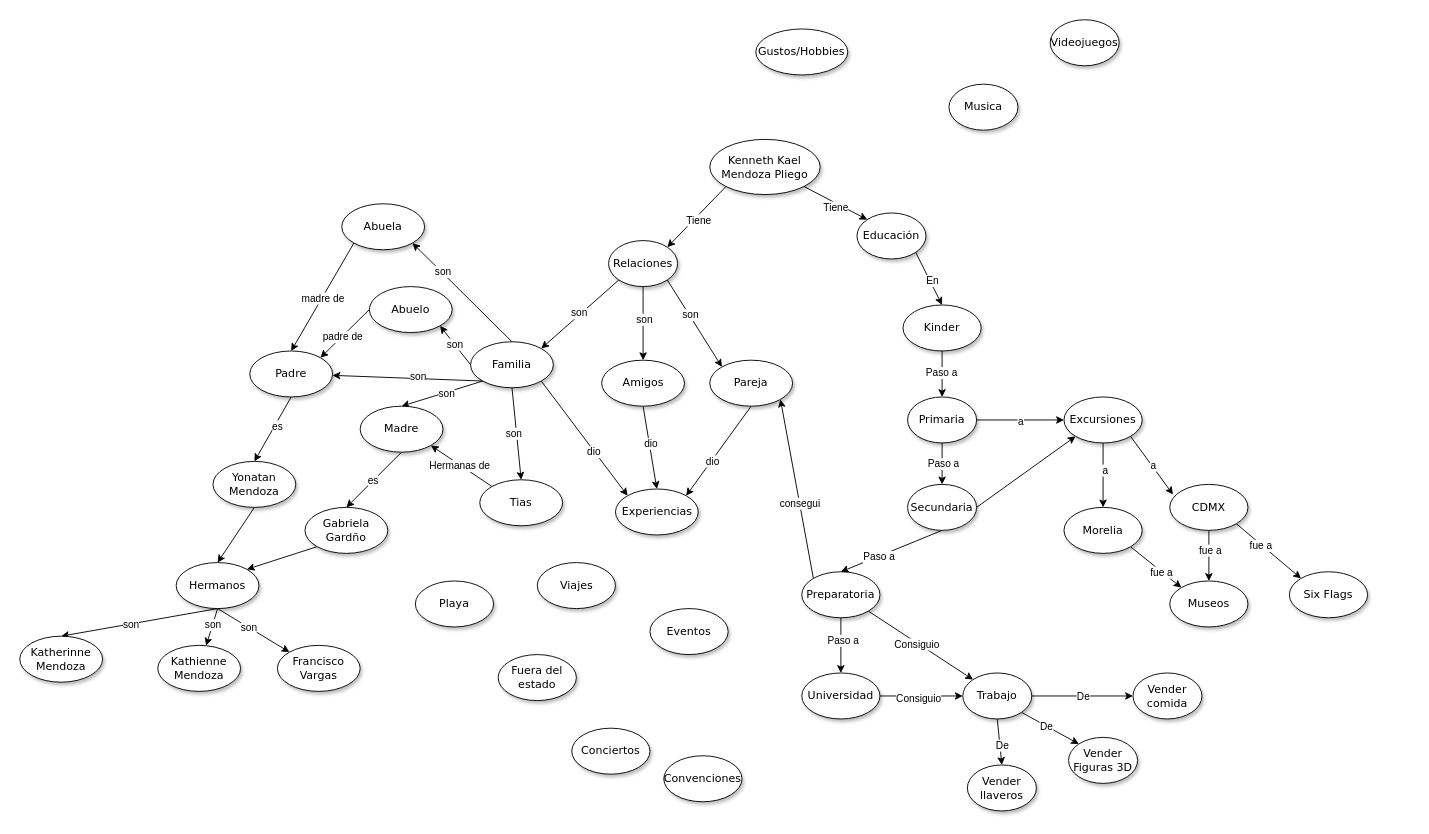
Above: Diagrama sin título.drawio in Rarity03/docs (draw.io), before the change. Source tidied: cells renumbered, new cells numbered last; positions are measured from the earlier drawing's top-left corner, leaving out a move shared by most shapes. Both pictures are drawn from the tidied source at 92%, with x=0, y=0 at pixel (19, 19).
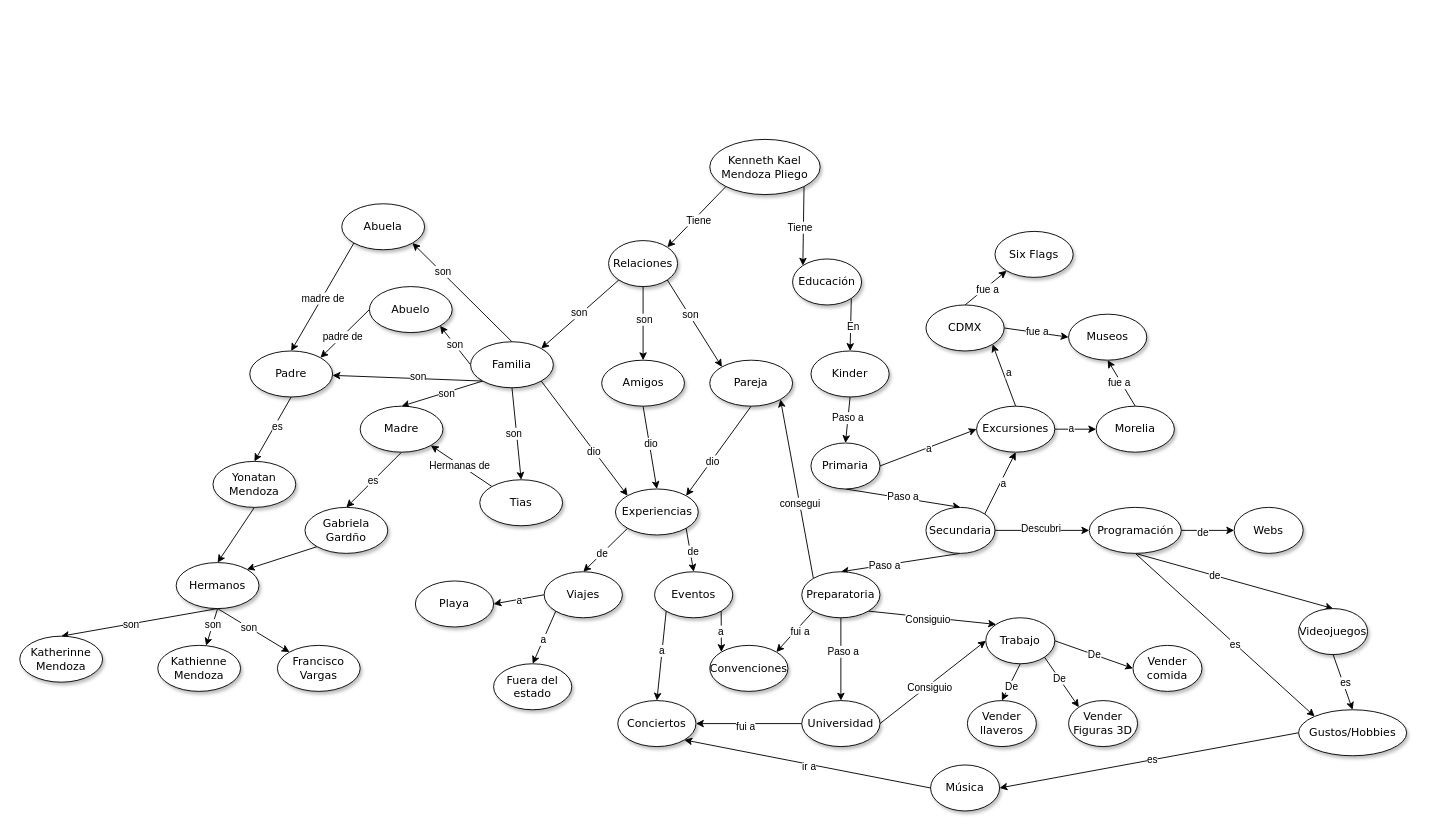
Above is the later version.

Unchanged cells that the change refers to:
```xml
<mxCell id="17" value="&lt;span&gt;Experiencias&lt;br&gt;&lt;/span&gt;" style="ellipse;whiteSpace=wrap;html=1;rounded=0;shadow=1;comic=0;labelBackgroundColor=none;strokeWidth=1;fontFamily=Verdana;fontSize=12;align=center;" parent="1" vertex="1">
  <mxGeometry x="647.5" y="510" width="90" height="50" as="geometry" />
</mxCell>
<mxCell id="53" value="&lt;span&gt;Preparatoria&lt;/span&gt;" style="ellipse;whiteSpace=wrap;html=1;rounded=0;shadow=1;comic=0;labelBackgroundColor=none;strokeWidth=1;fontFamily=Verdana;fontSize=12;align=center;" parent="1" vertex="1">
  <mxGeometry x="850" y="600" width="85" height="50" as="geometry" />
</mxCell>
<mxCell id="102" value="&lt;span&gt;Playa&lt;/span&gt;" style="ellipse;whiteSpace=wrap;html=1;rounded=0;shadow=1;comic=0;labelBackgroundColor=none;strokeWidth=1;fontFamily=Verdana;fontSize=12;align=center;" parent="1" vertex="1">
  <mxGeometry x="430" y="610" width="85" height="50" as="geometry" />
</mxCell>
```

Change to the diagram source:
```diff
@@
     <mxCell id="9" value="&lt;span&gt;Educación&lt;/span&gt;" style="ellipse;whiteSpace=wrap;html=1;rounded=0;shadow=1;comic=0;labelBackgroundColor=none;strokeWidth=1;fontFamily=Verdana;fontSize=12;align=center;" parent="1" vertex="1">
-      <mxGeometry x="910" y="210" width="75" height="50" as="geometry" />
+      <mxGeometry x="840" y="260" width="75" height="50" as="geometry" />
     </mxCell>
@@
+    <mxCell id="122" style="rounded=0;jettySize=auto;html=1;exitX=0;exitY=1;exitDx=0;exitDy=0;entryX=0.5;entryY=0;entryDx=0;entryDy=0;" parent="1" edge="1" source="17" target="101">
+      <mxGeometry relative="1" as="geometry" />
+    </mxCell>
+    <mxCell id="123" value="de" style="edgeLabel;html=1;align=center;verticalAlign=middle;" parent="122" vertex="1">
+      <mxGeometry x="0.15" y="-1" relative="1" as="geometry" />
+    </mxCell>
+    <mxCell id="124" style="rounded=0;jettySize=auto;html=1;exitX=1;exitY=1;exitDx=0;exitDy=0;entryX=0.5;entryY=0;entryDx=0;entryDy=0;" parent="1" edge="1" source="17" target="119">
+      <mxGeometry relative="1" as="geometry" />
+    </mxCell>
+    <mxCell id="125" value="de" style="edgeLabel;html=1;align=center;verticalAlign=middle;" parent="124" vertex="1">
+      <mxGeometry x="0.08" y="3" relative="1" as="geometry" />
+    </mxCell>
@@
-    <mxCell id="18" value="&lt;span&gt;Gustos/Hobbies&lt;br&gt;&lt;/span&gt;" style="ellipse;whiteSpace=wrap;html=1;rounded=0;shadow=1;comic=0;labelBackgroundColor=none;strokeWidth=1;fontFamily=Verdana;fontSize=12;align=center;" parent="1" vertex="1">
-      <mxGeometry x="800" y="10" width="100" height="50" as="geometry" />
-    </mxCell>
@@
     <mxCell id="42" value="&lt;span&gt;Primaria&lt;/span&gt;" style="ellipse;whiteSpace=wrap;html=1;rounded=0;shadow=1;comic=0;labelBackgroundColor=none;strokeWidth=1;fontFamily=Verdana;fontSize=12;align=center;" parent="1" vertex="1">
-      <mxGeometry x="965" y="410" width="75" height="50" as="geometry" />
+      <mxGeometry x="860" y="460" width="75" height="50" as="geometry" />
     </mxCell>
@@
-    <mxCell id="45" style="rounded=0;jettySize=auto;html=1;exitX=1;exitY=0.5;exitDx=0;exitDy=0;entryX=0;entryY=1;entryDx=0;entryDy=0;" parent="1" edge="1" source="46" target="105">
+    <mxCell id="45" style="rounded=0;jettySize=auto;html=1;exitX=1;exitY=0;exitDx=0;exitDy=0;entryX=0.5;entryY=1;entryDx=0;entryDy=0;" parent="1" edge="1" source="46" target="105">
       <mxGeometry relative="1" as="geometry" />
     </mxCell>
+    <mxCell id="126" value="a" style="edgeLabel;html=1;align=center;verticalAlign=middle;" parent="45" vertex="1">
+      <mxGeometry x="0.03" y="-3" relative="1" as="geometry" />
+    </mxCell>
+    <mxCell id="127" style="rounded=0;jettySize=auto;html=1;exitX=1;exitY=0.5;exitDx=0;exitDy=0;entryX=0;entryY=0.5;entryDx=0;entryDy=0;" parent="1" edge="1" source="46" target="152">
+      <mxGeometry relative="1" as="geometry" />
+    </mxCell>
+    <mxCell id="128" value="Descubri" style="edgeLabel;html=1;align=center;verticalAlign=middle;" parent="127" vertex="1">
+      <mxGeometry x="-0.04" y="3" relative="1" as="geometry" />
+    </mxCell>
     <mxCell id="46" value="&lt;span&gt;Secundaria&lt;/span&gt;" style="ellipse;whiteSpace=wrap;html=1;rounded=0;shadow=1;comic=0;labelBackgroundColor=none;strokeWidth=1;fontFamily=Verdana;fontSize=12;align=center;" parent="1" vertex="1">
-      <mxGeometry x="965" y="505" width="75" height="50" as="geometry" />
+      <mxGeometry x="985" y="530" width="75" height="50" as="geometry" />
     </mxCell>
@@
+    <mxCell id="129" style="rounded=0;jettySize=auto;html=1;exitX=0;exitY=1;exitDx=0;exitDy=0;entryX=1;entryY=0;entryDx=0;entryDy=0;" parent="1" edge="1" source="53" target="121">
+      <mxGeometry relative="1" as="geometry" />
+    </mxCell>
+    <mxCell id="130" value="fui a" style="edgeLabel;html=1;align=center;verticalAlign=middle;" parent="129" vertex="1">
+      <mxGeometry x="-0.13" y="3" relative="1" as="geometry" />
+    </mxCell>
@@
+    <mxCell id="131" style="rounded=0;jettySize=auto;html=1;exitX=0;exitY=0.5;exitDx=0;exitDy=0;entryX=1;entryY=0.5;entryDx=0;entryDy=0;" parent="1" edge="1" source="56" target="120">
+      <mxGeometry relative="1" as="geometry" />
+    </mxCell>
+    <mxCell id="132" value="fui a" style="edgeLabel;html=1;align=center;verticalAlign=middle;" parent="131" vertex="1">
+      <mxGeometry x="0.07" y="3" relative="1" as="geometry" />
+    </mxCell>
     <mxCell id="56" value="&lt;span&gt;Universidad&lt;/span&gt;" style="ellipse;whiteSpace=wrap;html=1;rounded=0;shadow=1;comic=0;labelBackgroundColor=none;strokeWidth=1;fontFamily=Verdana;fontSize=12;align=center;" parent="1" vertex="1">
-      <mxGeometry x="850" y="710" width="85" height="50" as="geometry" />
+      <mxGeometry x="850" y="740" width="85" height="50" as="geometry" />
     </mxCell>
@@
     <mxCell id="59" value="&lt;span&gt;Kinder&lt;br&gt;&lt;/span&gt;" style="ellipse;whiteSpace=wrap;html=1;rounded=0;shadow=1;comic=0;labelBackgroundColor=none;strokeWidth=1;fontFamily=Verdana;fontSize=12;align=center;" parent="1" vertex="1">
-      <mxGeometry x="960" y="310" width="85" height="50" as="geometry" />
+      <mxGeometry x="860" y="360" width="85" height="50" as="geometry" />
     </mxCell>
-    <mxCell id="60" value="Videojuegos" style="ellipse;whiteSpace=wrap;html=1;rounded=0;shadow=1;comic=0;labelBackgroundColor=none;strokeWidth=1;fontFamily=Verdana;fontSize=12;align=center;" parent="1" vertex="1">
-      <mxGeometry x="1120" width="75" height="50" as="geometry" />
-    </mxCell>
-    <mxCell id="61" value="Musica" style="ellipse;whiteSpace=wrap;html=1;rounded=0;shadow=1;comic=0;labelBackgroundColor=none;strokeWidth=1;fontFamily=Verdana;fontSize=12;align=center;" parent="1" vertex="1">
-      <mxGeometry x="1010" y="70" width="75" height="50" as="geometry" />
-    </mxCell>
@@
     <mxCell id="97" value="Trabajo" style="ellipse;whiteSpace=wrap;html=1;rounded=0;shadow=1;comic=0;labelBackgroundColor=none;strokeWidth=1;fontFamily=Verdana;fontSize=12;align=center;" parent="1" vertex="1">
-      <mxGeometry x="1025" y="710" width="75" height="50" as="geometry" />
+      <mxGeometry x="1050" y="650" width="75" height="50" as="geometry" />
     </mxCell>
     <mxCell id="98" value="Vender comida" style="ellipse;whiteSpace=wrap;html=1;rounded=0;shadow=1;comic=0;labelBackgroundColor=none;strokeWidth=1;fontFamily=Verdana;fontSize=12;align=center;" parent="1" vertex="1">
-      <mxGeometry x="1210" y="710" width="75" height="50" as="geometry" />
+      <mxGeometry x="1210" y="680" width="75" height="50" as="geometry" />
     </mxCell>
     <mxCell id="99" value="Vender Figuras 3D" style="ellipse;whiteSpace=wrap;html=1;rounded=0;shadow=1;comic=0;labelBackgroundColor=none;strokeWidth=1;fontFamily=Verdana;fontSize=12;align=center;" parent="1" vertex="1">
-      <mxGeometry x="1140" y="780" width="75" height="50" as="geometry" />
+      <mxGeometry x="1140" y="740" width="75" height="50" as="geometry" />
     </mxCell>
     <mxCell id="100" value="Vender llaveros" style="ellipse;whiteSpace=wrap;html=1;rounded=0;shadow=1;comic=0;labelBackgroundColor=none;strokeWidth=1;fontFamily=Verdana;fontSize=12;align=center;" parent="1" vertex="1">
-      <mxGeometry x="1030" y="810" width="75" height="50" as="geometry" />
+      <mxGeometry x="1030" y="740" width="75" height="50" as="geometry" />
     </mxCell>
+    <mxCell id="133" style="rounded=0;jettySize=auto;html=1;exitX=0;exitY=1;exitDx=0;exitDy=0;entryX=0.5;entryY=0;entryDx=0;entryDy=0;" parent="1" edge="1" source="101" target="118">
+      <mxGeometry relative="1" as="geometry" />
+    </mxCell>
+    <mxCell id="134" value="a" style="edgeLabel;html=1;align=center;verticalAlign=middle;" parent="133" vertex="1">
+      <mxGeometry x="0.1" y="-1" relative="1" as="geometry" />
+    </mxCell>
+    <mxCell id="135" style="rounded=0;jettySize=auto;html=1;exitX=0;exitY=0.5;exitDx=0;exitDy=0;entryX=1;entryY=0.5;entryDx=0;entryDy=0;" parent="1" edge="1" source="101" target="102">
+      <mxGeometry relative="1" as="geometry" />
+    </mxCell>
+    <mxCell id="136" value="a" style="edgeLabel;html=1;align=center;verticalAlign=middle;" parent="135" vertex="1">
+      <mxGeometry y="2" relative="1" as="geometry" />
+    </mxCell>
     <mxCell id="101" value="&lt;span&gt;Viajes&lt;/span&gt;" style="ellipse;whiteSpace=wrap;html=1;rounded=0;shadow=1;comic=0;labelBackgroundColor=none;strokeWidth=1;fontFamily=Verdana;fontSize=12;align=center;" parent="1" vertex="1">
-      <mxGeometry x="562.5" y="590" width="85" height="50" as="geometry" />
+      <mxGeometry x="570" y="600" width="85" height="50" as="geometry" />
     </mxCell>
@@
+    <mxCell id="116" style="rounded=0;jettySize=auto;html=1;exitX=0.5;exitY=0;exitDx=0;exitDy=0;entryX=1;entryY=1;entryDx=0;entryDy=0;" parent="1" edge="1" source="105" target="113">
+      <mxGeometry relative="1" as="geometry" />
+    </mxCell>
+    <mxCell id="137" value="a" style="edgeLabel;html=1;align=center;verticalAlign=middle;" parent="116" vertex="1">
+      <mxGeometry x="0.02" y="-5" relative="1" as="geometry" />
+    </mxCell>
-    <mxCell id="103" style="rounded=0;jettySize=auto;html=1;exitX=0.5;exitY=1;exitDx=0;exitDy=0;entryX=0.5;entryY=0;entryDx=0;entryDy=0;" parent="1" edge="1" source="105" target="108">
+    <mxCell id="103" style="edgeStyle=orthogonalEdgeStyle;rounded=0;jettySize=auto;html=1;exitX=1;exitY=0.5;exitDx=0;exitDy=0;entryX=0;entryY=0.5;entryDx=0;entryDy=0;" parent="1" edge="1" source="105" target="108">
       <mxGeometry relative="1" as="geometry" />
     </mxCell>
-    <mxCell id="104" value="a" style="edgeLabel;html=1;align=center;verticalAlign=middle;" parent="103" vertex="1">
-      <mxGeometry x="-0.16" y="2" relative="1" as="geometry" />
-    </mxCell>
+    <mxCell id="138" value="a" style="edgeLabel;html=1;align=center;verticalAlign=middle;" parent="103" vertex="1">
+      <mxGeometry x="-0.24" y="1" relative="1" as="geometry" />
+    </mxCell>
     <mxCell id="105" value="&lt;span&gt;Excursiones&lt;/span&gt;" style="ellipse;whiteSpace=wrap;html=1;rounded=0;shadow=1;comic=0;labelBackgroundColor=none;strokeWidth=1;fontFamily=Verdana;fontSize=12;align=center;" parent="1" vertex="1">
-      <mxGeometry x="1135" y="410" width="85" height="50" as="geometry" />
+      <mxGeometry x="1040" y="420" width="85" height="50" as="geometry" />
     </mxCell>
-    <mxCell id="106" style="rounded=0;jettySize=auto;html=1;exitX=1;exitY=1;exitDx=0;exitDy=0;entryX=0;entryY=0;entryDx=0;entryDy=0;" parent="1" edge="1" source="108" target="114">
+    <mxCell id="106" style="rounded=0;jettySize=auto;html=1;exitX=0.5;exitY=0;exitDx=0;exitDy=0;entryX=0.5;entryY=1;entryDx=0;entryDy=0;" parent="1" edge="1" source="108" target="114">
       <mxGeometry relative="1" as="geometry" />
     </mxCell>
-    <mxCell id="107" value="fue a" style="edgeLabel;html=1;align=center;verticalAlign=middle;" parent="106" vertex="1">
-      <mxGeometry x="0.21" y="-1" relative="1" as="geometry" />
-    </mxCell>
+    <mxCell id="139" value="fue a" style="edgeLabel;html=1;align=center;verticalAlign=middle;" parent="106" vertex="1">
+      <mxGeometry x="0.4" y="-4" relative="1" as="geometry">
+        <mxPoint y="12" as="offset" />
+      </mxGeometry>
+    </mxCell>
     <mxCell id="108" value="&lt;span&gt;Morelia&lt;/span&gt;" style="ellipse;whiteSpace=wrap;html=1;rounded=0;shadow=1;comic=0;labelBackgroundColor=none;strokeWidth=1;fontFamily=Verdana;fontSize=12;align=center;" parent="1" vertex="1">
-      <mxGeometry x="1135" y="530" width="85" height="50" as="geometry" />
+      <mxGeometry x="1170" y="420" width="85" height="50" as="geometry" />
     </mxCell>
+    <mxCell id="111" style="rounded=0;jettySize=auto;html=1;exitX=0.5;exitY=0;exitDx=0;exitDy=0;entryX=0;entryY=1;entryDx=0;entryDy=0;" parent="1" edge="1" source="113" target="115">
+      <mxGeometry relative="1" as="geometry" />
+    </mxCell>
+    <mxCell id="140" value="fue a" style="edgeLabel;html=1;align=center;verticalAlign=middle;" parent="111" vertex="1">
+      <mxGeometry x="0.04" y="-2" relative="1" as="geometry" />
+    </mxCell>
-    <mxCell id="109" style="rounded=0;jettySize=auto;html=1;exitX=0.5;exitY=1;exitDx=0;exitDy=0;entryX=0.5;entryY=0;entryDx=0;entryDy=0;" parent="1" edge="1" source="113" target="114">
+    <mxCell id="109" style="rounded=0;jettySize=auto;html=1;exitX=1;exitY=0.5;exitDx=0;exitDy=0;entryX=0;entryY=0.5;entryDx=0;entryDy=0;" parent="1" edge="1" source="113" target="114">
       <mxGeometry relative="1" as="geometry" />
     </mxCell>
-    <mxCell id="110" value="fue a" style="edgeLabel;html=1;align=center;verticalAlign=middle;" parent="109" vertex="1">
-      <mxGeometry x="-0.24" y="1" relative="1" as="geometry" />
-    </mxCell>
-    <mxCell id="111" style="rounded=0;jettySize=auto;html=1;exitX=1;exitY=1;exitDx=0;exitDy=0;entryX=0;entryY=0;entryDx=0;entryDy=0;" parent="1" edge="1" source="113" target="115">
-      <mxGeometry relative="1" as="geometry" />
-    </mxCell>
-    <mxCell id="112" value="fue a" style="edgeLabel;html=1;align=center;verticalAlign=middle;" parent="111" vertex="1">
-      <mxGeometry x="-0.24" y="-1" relative="1" as="geometry" />
-    </mxCell>
+    <mxCell id="141" value="fue a" style="edgeLabel;html=1;align=center;verticalAlign=middle;" parent="109" vertex="1">
+      <mxGeometry x="0.03" y="2" relative="1" as="geometry" />
+    </mxCell>
     <mxCell id="113" value="&lt;span&gt;CDMX&lt;/span&gt;" style="ellipse;whiteSpace=wrap;html=1;rounded=0;shadow=1;comic=0;labelBackgroundColor=none;strokeWidth=1;fontFamily=Verdana;fontSize=12;align=center;" parent="1" vertex="1">
-      <mxGeometry x="1250" y="505" width="85" height="50" as="geometry" />
+      <mxGeometry x="985" y="310" width="85" height="50" as="geometry" />
     </mxCell>
     <mxCell id="114" value="&lt;span&gt;Museos&lt;/span&gt;" style="ellipse;whiteSpace=wrap;html=1;rounded=0;shadow=1;comic=0;labelBackgroundColor=none;strokeWidth=1;fontFamily=Verdana;fontSize=12;align=center;" parent="1" vertex="1">
-      <mxGeometry x="1250" y="610" width="85" height="50" as="geometry" />
+      <mxGeometry x="1140" y="320" width="85" height="50" as="geometry" />
     </mxCell>
     <mxCell id="115" value="&lt;span&gt;Six Flags&lt;/span&gt;" style="ellipse;whiteSpace=wrap;html=1;rounded=0;shadow=1;comic=0;labelBackgroundColor=none;strokeWidth=1;fontFamily=Verdana;fontSize=12;align=center;" parent="1" vertex="1">
-      <mxGeometry x="1380" y="600" width="85" height="50" as="geometry" />
+      <mxGeometry x="1060" y="230" width="85" height="50" as="geometry" />
     </mxCell>
-    <mxCell id="116" style="rounded=0;jettySize=auto;html=1;exitX=1;exitY=1;exitDx=0;exitDy=0;entryX=0.041;entryY=0.22;entryDx=0;entryDy=0;entryPerimeter=0;" parent="1" edge="1" source="105" target="113">
-      <mxGeometry relative="1" as="geometry" />
-    </mxCell>
-    <mxCell id="117" value="a" style="edgeLabel;html=1;align=center;verticalAlign=middle;" parent="116" vertex="1">
-      <mxGeometry x="0.03" y="1" relative="1" as="geometry" />
-    </mxCell>
     <mxCell id="118" value="&lt;span&gt;Fuera del estado&lt;/span&gt;" style="ellipse;whiteSpace=wrap;html=1;rounded=0;shadow=1;comic=0;labelBackgroundColor=none;strokeWidth=1;fontFamily=Verdana;fontSize=12;align=center;" parent="1" vertex="1">
-      <mxGeometry x="520" y="690" width="85" height="50" as="geometry" />
+      <mxGeometry x="515" y="700" width="85" height="50" as="geometry" />
     </mxCell>
+    <mxCell id="142" style="rounded=0;jettySize=auto;html=1;exitX=1;exitY=1;exitDx=0;exitDy=0;entryX=0;entryY=0;entryDx=0;entryDy=0;" parent="1" edge="1" source="119" target="121">
+      <mxGeometry relative="1" as="geometry" />
+    </mxCell>
+    <mxCell id="143" value="a" style="edgeLabel;html=1;align=center;verticalAlign=middle;" parent="142" vertex="1">
+      <mxGeometry y="-1" relative="1" as="geometry" />
+    </mxCell>
+    <mxCell id="144" style="rounded=0;jettySize=auto;html=1;exitX=0;exitY=1;exitDx=0;exitDy=0;entryX=0.5;entryY=0;entryDx=0;entryDy=0;" parent="1" edge="1" source="119" target="120">
+      <mxGeometry relative="1" as="geometry" />
+    </mxCell>
+    <mxCell id="145" value="a" style="edgeLabel;html=1;align=center;verticalAlign=middle;" parent="144" vertex="1">
+      <mxGeometry x="-0.11" y="-1" relative="1" as="geometry" />
+    </mxCell>
     <mxCell id="119" value="&lt;span&gt;Eventos&lt;/span&gt;" style="ellipse;whiteSpace=wrap;html=1;rounded=0;shadow=1;comic=0;labelBackgroundColor=none;strokeWidth=1;fontFamily=Verdana;fontSize=12;align=center;" parent="1" vertex="1">
-      <mxGeometry x="685" y="640" width="85" height="50" as="geometry" />
+      <mxGeometry x="690" y="600" width="85" height="50" as="geometry" />
     </mxCell>
     <mxCell id="120" value="Conciertos" style="ellipse;whiteSpace=wrap;html=1;rounded=0;shadow=1;comic=0;labelBackgroundColor=none;strokeWidth=1;fontFamily=Verdana;fontSize=12;align=center;" parent="1" vertex="1">
-      <mxGeometry x="600" y="770" width="85" height="50" as="geometry" />
+      <mxGeometry x="650" y="740" width="85" height="50" as="geometry" />
     </mxCell>
     <mxCell id="121" value="Convenciones" style="ellipse;whiteSpace=wrap;html=1;rounded=0;shadow=1;comic=0;labelBackgroundColor=none;strokeWidth=1;fontFamily=Verdana;fontSize=12;align=center;" parent="1" vertex="1">
-      <mxGeometry x="700" y="800" width="85" height="50" as="geometry" />
+      <mxGeometry x="750" y="680" width="85" height="50" as="geometry" />
     </mxCell>
+    <mxCell id="146" style="rounded=0;jettySize=auto;html=1;exitX=0.5;exitY=1;exitDx=0;exitDy=0;entryX=0.5;entryY=0;entryDx=0;entryDy=0;" parent="1" edge="1" source="152" target="60">
+      <mxGeometry relative="1" as="geometry" />
+    </mxCell>
+    <mxCell id="147" value="de" style="edgeLabel;html=1;align=center;verticalAlign=middle;" parent="146" vertex="1">
+      <mxGeometry x="-0.2" relative="1" as="geometry" />
+    </mxCell>
+    <mxCell id="148" style="edgeStyle=orthogonalEdgeStyle;rounded=0;jettySize=auto;html=1;exitX=1;exitY=0.5;exitDx=0;exitDy=0;entryX=0;entryY=0.5;entryDx=0;entryDy=0;" parent="1" edge="1" source="152" target="155">
+      <mxGeometry relative="1" as="geometry" />
+    </mxCell>
+    <mxCell id="149" value="de" style="edgeLabel;html=1;align=center;verticalAlign=middle;" parent="148" vertex="1">
+      <mxGeometry x="-0.23" y="-2" relative="1" as="geometry">
+        <mxPoint x="1" as="offset" />
+      </mxGeometry>
+    </mxCell>
+    <mxCell id="150" style="rounded=0;jettySize=auto;html=1;exitX=0.5;exitY=1;exitDx=0;exitDy=0;entryX=0;entryY=0;entryDx=0;entryDy=0;" parent="1" edge="1" source="152" target="18">
+      <mxGeometry relative="1" as="geometry" />
+    </mxCell>
+    <mxCell id="151" value="es" style="edgeLabel;html=1;align=center;verticalAlign=middle;" parent="150" vertex="1">
+      <mxGeometry x="0.11" relative="1" as="geometry" />
+    </mxCell>
+    <mxCell id="152" value="Programación" style="ellipse;whiteSpace=wrap;html=1;rounded=0;shadow=1;comic=0;labelBackgroundColor=none;strokeWidth=1;fontFamily=Verdana;fontSize=12;align=center;" parent="1" vertex="1">
+      <mxGeometry x="1162.5" y="530" width="100" height="50" as="geometry" />
+    </mxCell>
+    <mxCell id="153" style="rounded=0;jettySize=auto;html=1;exitX=0.5;exitY=1;exitDx=0;exitDy=0;entryX=0.5;entryY=0;entryDx=0;entryDy=0;" parent="1" edge="1" source="60" target="18">
+      <mxGeometry relative="1" as="geometry" />
+    </mxCell>
+    <mxCell id="154" value="es" style="edgeLabel;html=1;align=center;verticalAlign=middle;" parent="153" vertex="1">
+      <mxGeometry x="0.05" y="1" relative="1" as="geometry">
+        <mxPoint x="1" as="offset" />
+      </mxGeometry>
+    </mxCell>
+    <mxCell id="60" value="Videojuegos" style="ellipse;whiteSpace=wrap;html=1;rounded=0;shadow=1;comic=0;labelBackgroundColor=none;strokeWidth=1;fontFamily=Verdana;fontSize=12;align=center;" parent="1" vertex="1">
+      <mxGeometry x="1390" y="640" width="75" height="50" as="geometry" />
+    </mxCell>
+    <mxCell id="155" value="Webs" style="ellipse;whiteSpace=wrap;html=1;rounded=0;shadow=1;comic=0;labelBackgroundColor=none;strokeWidth=1;fontFamily=Verdana;fontSize=12;align=center;" parent="1" vertex="1">
+      <mxGeometry x="1320" y="530" width="75" height="50" as="geometry" />
+    </mxCell>
+    <mxCell id="156" style="rounded=0;jettySize=auto;html=1;exitX=0;exitY=0.5;exitDx=0;exitDy=0;entryX=1;entryY=0.5;entryDx=0;entryDy=0;" parent="1" edge="1" source="18" target="160">
+      <mxGeometry relative="1" as="geometry" />
+    </mxCell>
+    <mxCell id="157" value="es" style="edgeLabel;html=1;align=center;verticalAlign=middle;" parent="156" vertex="1">
+      <mxGeometry x="-0.02" y="-1" relative="1" as="geometry" />
+    </mxCell>
+    <mxCell id="18" value="&lt;span&gt;Gustos/Hobbies&lt;br&gt;&lt;/span&gt;" style="ellipse;whiteSpace=wrap;html=1;rounded=0;shadow=1;comic=0;labelBackgroundColor=none;strokeWidth=1;fontFamily=Verdana;fontSize=12;align=center;" parent="1" vertex="1">
+      <mxGeometry x="1390" y="750" width="117.5" height="50" as="geometry" />
+    </mxCell>
+    <mxCell id="158" style="rounded=0;jettySize=auto;html=1;exitX=0;exitY=0.5;exitDx=0;exitDy=0;entryX=1;entryY=1;entryDx=0;entryDy=0;" parent="1" edge="1" source="160" target="120">
+      <mxGeometry relative="1" as="geometry" />
+    </mxCell>
+    <mxCell id="159" value="ir a" style="edgeLabel;html=1;align=center;verticalAlign=middle;" parent="158" vertex="1">
+      <mxGeometry x="-0.01" y="2" relative="1" as="geometry" />
+    </mxCell>
+    <mxCell id="160" value="Música" style="ellipse;whiteSpace=wrap;html=1;rounded=0;shadow=1;comic=0;labelBackgroundColor=none;strokeWidth=1;fontFamily=Verdana;fontSize=12;align=center;" parent="1" vertex="1">
+      <mxGeometry x="990" y="810" width="75" height="50" as="geometry" />
+    </mxCell>
```
